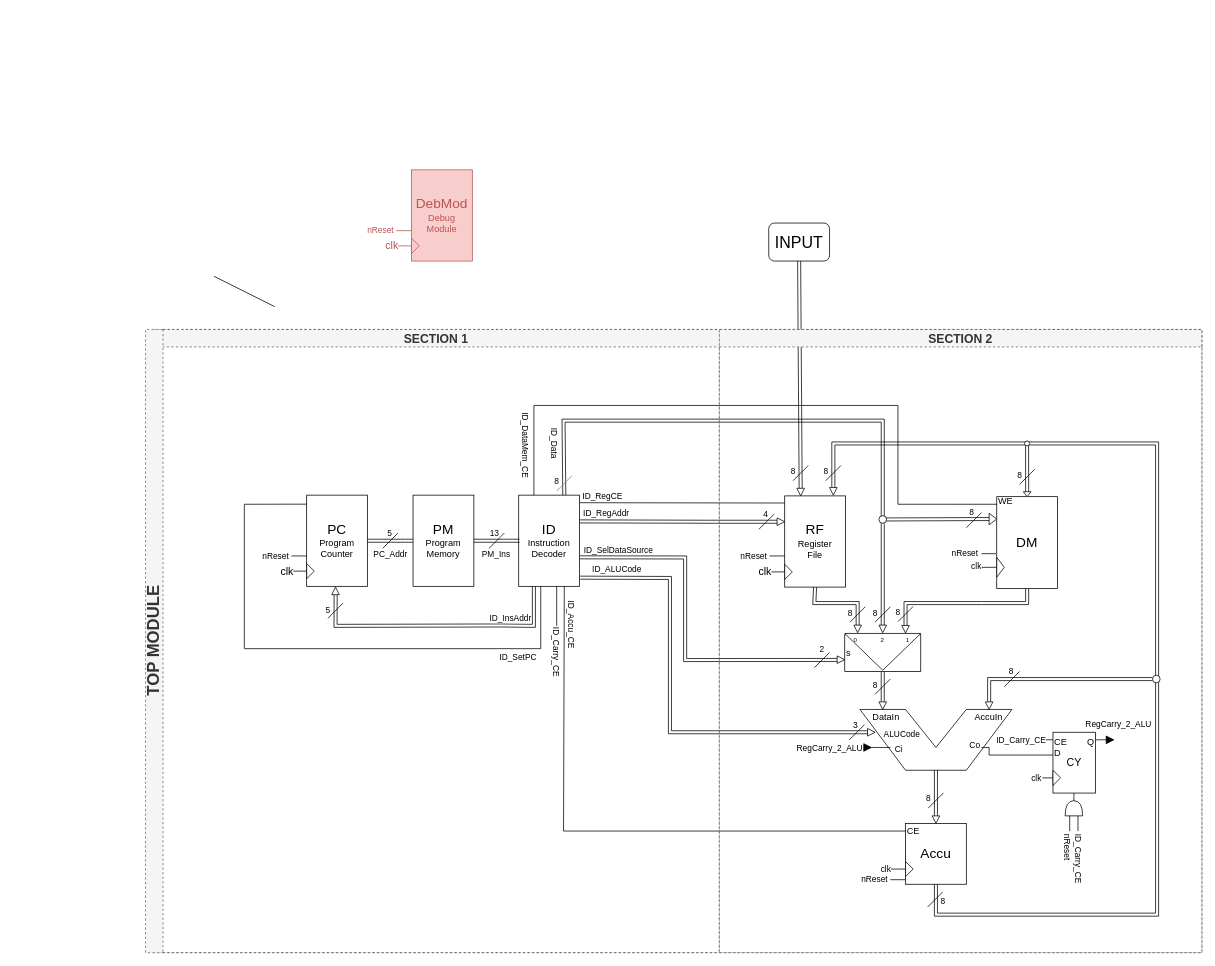
This is Diagram/uP_Diagram.drawio from DrakeGrigory/uProcessor, a draw.io file, before an edit. Source tidied: cells renumbered, new cells numbered last; positions are measured from the earlier drawing's top-left corner, leaving out a move shared by most shapes. Both pictures are drawn from the tidied source at 76%, with x=0, y=0 at pixel (145, 169).
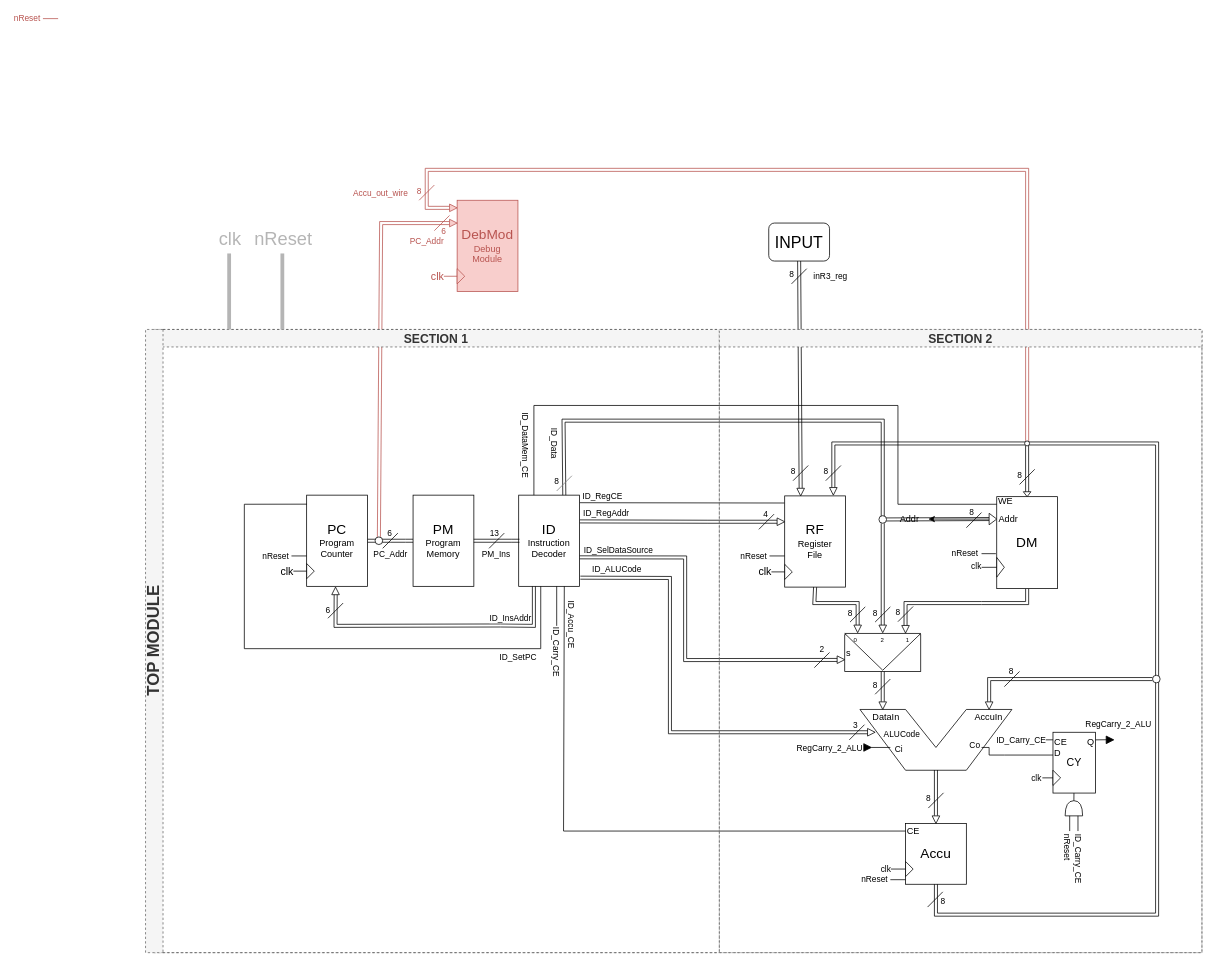
The same diagram, later.

Commit message (it also covers changes not shown here):
Added DebMod in TB, TB input for R3, updated instructions and diagram.

The change refers to these unchanged cells:
```xml
<mxCell id="4" style="endArrow=none;html=1;rounded=0;" parent="3" edge="1">
  <mxGeometry relative="1" as="geometry">
    <mxPoint y="20" as="sourcePoint" />
    <mxPoint x="20" as="targetPoint" />
  </mxGeometry>
</mxCell>
<mxCell id="153" style="endArrow=none;html=1;rounded=0;" parent="152" edge="1">
  <mxGeometry relative="1" as="geometry">
    <mxPoint y="20" as="sourcePoint" />
    <mxPoint x="20" as="targetPoint" />
  </mxGeometry>
</mxCell>
<mxCell id="164" style="shape=link;html=1;rounded=0;entryX=0.5;entryY=1;entryDx=0;entryDy=0;" parent="1" edge="1" target="163">
  <mxGeometry relative="1" as="geometry">
    <mxPoint x="862" y="419" as="sourcePoint" />
  </mxGeometry>
</mxCell>
<mxCell id="170" value="&lt;font style=&quot;font-size: 22px;&quot;&gt;TOP MODULE&lt;/font&gt;" style="swimlane;horizontal=0;whiteSpace=wrap;html=1;fillColor=#f5f5f5;fontColor=#333333;strokeColor=#666666;dashed=1;" parent="1" vertex="1">
  <mxGeometry y="210" width="1390" height="820" as="geometry" />
</mxCell>
```

Diff of the diagram source:
```diff
@@
+    <mxCell id="179" style="shape=link;html=1;rounded=0;fillColor=#f8cecc;strokeColor=#B85450;" parent="1" edge="1" source="184">
+      <mxGeometry relative="1" as="geometry">
+        <mxPoint x="400" y="70" as="targetPoint" />
+        <Array as="points">
+          <mxPoint x="310" y="70" />
+        </Array>
+      </mxGeometry>
+    </mxCell>
+    <mxCell id="180" value="&lt;font color=&quot;#b85450&quot;&gt;PC_Addr&lt;/font&gt;" style="edgeLabel;html=1;align=center;verticalAlign=middle;" parent="179" vertex="1">
+      <mxGeometry x="0.52" y="-2" relative="1" as="geometry">
+        <mxPoint x="58" y="-8" as="offset" />
+      </mxGeometry>
+    </mxCell>
@@
-    <mxCell id="5" value="5" style="edgeLabel;html=1;align=center;verticalAlign=middle;rotation=0;" parent="4" vertex="1">
+    <mxCell id="5" value="6" style="edgeLabel;html=1;align=center;verticalAlign=middle;rotation=0;" parent="4" vertex="1">
       <mxGeometry x="0.7" relative="1" as="geometry">
         <mxPoint x="-8" y="-4" as="offset" />
       </mxGeometry>
     </mxCell>
@@
-    <mxCell id="95" style="group;" parent="1" vertex="1">
-      <mxGeometry x="1100" y="430" width="100" height="121" as="geometry" />
-    </mxCell>
-    <mxCell id="96" value="&lt;font style=&quot;font-size: 18px;&quot;&gt;DM&lt;/font&gt;" style="rounded=0;whiteSpace=wrap;html=1;rotation=0;" parent="95" vertex="1">
-      <mxGeometry x="20" width="80" height="121" as="geometry" />
-    </mxCell>
-    <mxCell id="97" style="triangle;whiteSpace=wrap;html=1;" parent="95" vertex="1">
-      <mxGeometry x="20" y="80" width="10" height="25.9" as="geometry" />
-    </mxCell>
-    <mxCell id="98" style="endArrow=none;html=1;rounded=0;entryX=0;entryY=0.5;entryDx=0;entryDy=0;" parent="95" edge="1" target="97">
-      <mxGeometry relative="1" as="geometry">
-        <mxPoint y="93" as="sourcePoint" />
-      </mxGeometry>
-    </mxCell>
-    <mxCell id="99" value="&lt;font style=&quot;font-size: 11px;&quot;&gt;clk&lt;/font&gt;" style="edgeLabel;html=1;align=center;verticalAlign=middle;" parent="98" vertex="1">
-      <mxGeometry x="-0.19" y="1" relative="1" as="geometry">
-        <mxPoint x="-15" as="offset" />
-      </mxGeometry>
-    </mxCell>
-    <mxCell id="100" style="triangle;whiteSpace=wrap;html=1;direction=east;strokeColor=#000000;" parent="95" vertex="1">
-      <mxGeometry x="10" y="21.9" width="10" height="15.1" as="geometry" />
-    </mxCell>
-    <mxCell id="101" value="WE" style="text;html=1;align=left;verticalAlign=middle;points=[];strokeColor=none;fillColor=none;" parent="95" vertex="1">
-      <mxGeometry x="20" y="-9.1" width="40" height="30" as="geometry" />
-    </mxCell>
-    <mxCell id="102" style="endArrow=none;html=1;rounded=0;strokeColor=#000000;" parent="95" edge="1">
-      <mxGeometry relative="1" as="geometry">
-        <mxPoint x="-20" y="40.9" as="sourcePoint" />
-        <mxPoint y="20.9" as="targetPoint" />
-      </mxGeometry>
-    </mxCell>
-    <mxCell id="103" value="8" style="edgeLabel;html=1;align=center;verticalAlign=middle;rotation=0;" parent="102" vertex="1">
-      <mxGeometry x="0.7" relative="1" as="geometry">
-        <mxPoint x="-10" y="-4" as="offset" />
-      </mxGeometry>
-    </mxCell>
-    <mxCell id="104" style="endArrow=none;html=1;rounded=0;entryX=-0.014;entryY=0.62;entryDx=0;entryDy=0;entryPerimeter=0;" parent="1" edge="1" target="96">
-      <mxGeometry relative="1" as="geometry">
-        <mxPoint x="1100" y="505" as="sourcePoint" />
-      </mxGeometry>
-    </mxCell>
-    <mxCell id="105" value="nReset" style="edgeLabel;html=1;align=center;verticalAlign=middle;" parent="104" vertex="1">
-      <mxGeometry x="-0.21" y="1" relative="1" as="geometry">
-        <mxPoint x="-30" as="offset" />
-      </mxGeometry>
-    </mxCell>
@@
-    <mxCell id="154" value="5" style="edgeLabel;html=1;align=center;verticalAlign=middle;rotation=0;" parent="153" vertex="1">
+    <mxCell id="154" value="6" style="edgeLabel;html=1;align=center;verticalAlign=middle;rotation=0;" parent="153" vertex="1">
       <mxGeometry x="0.7" relative="1" as="geometry">
         <mxPoint x="-17" y="5" as="offset" />
       </mxGeometry>
     </mxCell>
@@
+    <mxCell id="181" value="inR3_reg" style="edgeLabel;html=1;align=center;verticalAlign=middle;" parent="164" vertex="1">
+      <mxGeometry x="0.67" y="-2" relative="1" as="geometry">
+        <mxPoint x="38" y="-29" as="offset" />
+      </mxGeometry>
+    </mxCell>
@@
-    <mxCell id="168" value="&lt;span style=&quot;font-size: 16px;&quot;&gt;SECTION 2&lt;/span&gt;" style="swimlane;whiteSpace=wrap;html=1;fillColor=#f5f5f5;fontColor=#333333;strokeColor=#666666;dashed=1;" parent="1" vertex="1">
-      <mxGeometry x="755" y="210" width="635" height="820" as="geometry" />
-    </mxCell>
@@
+    <mxCell id="182" style="shape=link;html=1;rounded=0;fillColor=#f8cecc;strokeColor=#b85450;entryX=0;entryY=0.5;entryDx=0;entryDy=0;" parent="170" edge="1" target="185">
+      <mxGeometry relative="1" as="geometry">
+        <mxPoint x="1160" y="146.7" as="sourcePoint" />
+        <Array as="points">
+          <mxPoint x="1160" y="-210" />
+          <mxPoint x="370" y="-210" />
+          <mxPoint x="370" y="-160" />
+        </Array>
+      </mxGeometry>
+    </mxCell>
+    <mxCell id="183" value="&lt;font color=&quot;#b85450&quot;&gt;Accu_out_wire&lt;/font&gt;" style="edgeLabel;html=1;align=center;verticalAlign=middle;" parent="182" vertex="1">
+      <mxGeometry x="0.96" relative="1" as="geometry">
+        <mxPoint x="-67" y="-20" as="offset" />
+      </mxGeometry>
+    </mxCell>
+    <mxCell id="184" style="ellipse;whiteSpace=wrap;html=1;" parent="170" vertex="1">
+      <mxGeometry x="302" y="273" width="10" height="10" as="geometry" />
+    </mxCell>
+    <mxCell id="185" style="triangle;whiteSpace=wrap;html=1;direction=east;fillColor=#f8cecc;strokeColor=#b85450;" parent="170" vertex="1">
+      <mxGeometry x="400" y="-165" width="10" height="10" as="geometry" />
+    </mxCell>
     <mxCell id="171" style="group;" parent="1" vertex="1">
-      <mxGeometry x="330" width="100" height="120" as="geometry" />
+      <mxGeometry x="390" y="40" width="100" height="120" as="geometry" />
     </mxCell>
@@
     <mxCell id="176" style="endArrow=none;html=1;rounded=0;fillColor=#f8cecc;strokeColor=#b85450;" parent="171" edge="1">
       <mxGeometry relative="1" as="geometry">
-        <mxPoint y="80" as="sourcePoint" />
-        <mxPoint x="20" y="80" as="targetPoint" />
+        <mxPoint x="-525" y="-239" as="sourcePoint" />
+        <mxPoint x="-505" y="-239" as="targetPoint" />
       </mxGeometry>
     </mxCell>
@@
-    <mxCell id="178" style="endArrow=none;html=1;rounded=0;" parent="1" edge="1">
-      <mxGeometry relative="1" as="geometry">
-        <mxPoint x="90" y="140" as="sourcePoint" />
-        <mxPoint x="170" y="180" as="targetPoint" />
-      </mxGeometry>
-    </mxCell>
+    <mxCell id="186" style="endArrow=none;html=1;rounded=0;fillColor=#f8cecc;strokeColor=#B85450;" parent="171" edge="1">
+      <mxGeometry relative="1" as="geometry">
+        <mxPoint x="-10" y="40" as="sourcePoint" />
+        <mxPoint x="10" y="20" as="targetPoint" />
+      </mxGeometry>
+    </mxCell>
+    <mxCell id="187" value="&lt;font color=&quot;#b85450&quot;&gt;6&lt;/font&gt;" style="edgeLabel;html=1;align=center;verticalAlign=middle;rotation=0;" parent="186" vertex="1">
+      <mxGeometry x="0.7" relative="1" as="geometry">
+        <mxPoint x="-5" y="17" as="offset" />
+      </mxGeometry>
+    </mxCell>
+    <mxCell id="188" style="triangle;whiteSpace=wrap;html=1;direction=east;fillColor=#f8cecc;strokeColor=#b85450;" parent="171" vertex="1">
+      <mxGeometry x="10" y="25" width="10" height="10" as="geometry" />
+    </mxCell>
+    <mxCell id="189" style="endArrow=none;html=1;rounded=0;strokeColor=#B5B5B5;strokeWidth=5;" parent="1" edge="1">
+      <mxGeometry relative="1" as="geometry">
+        <mxPoint x="110" y="110" as="sourcePoint" />
+        <mxPoint x="110" y="210" as="targetPoint" />
+      </mxGeometry>
+    </mxCell>
+    <mxCell id="190" value="&lt;font color=&quot;#b5b5b5&quot; style=&quot;font-size: 24px;&quot;&gt;clk&lt;/font&gt;" style="edgeLabel;html=1;align=center;verticalAlign=middle;" parent="189" vertex="1">
+      <mxGeometry x="-0.71" y="2" relative="1" as="geometry">
+        <mxPoint x="-2" y="-34" as="offset" />
+      </mxGeometry>
+    </mxCell>
+    <mxCell id="191" style="endArrow=none;html=1;rounded=0;strokeColor=#B5B5B5;strokeWidth=5;" parent="1" edge="1">
+      <mxGeometry relative="1" as="geometry">
+        <mxPoint x="180" y="110" as="sourcePoint" />
+        <mxPoint x="180" y="210" as="targetPoint" />
+      </mxGeometry>
+    </mxCell>
+    <mxCell id="192" value="&lt;font color=&quot;#b5b5b5&quot; style=&quot;font-size: 24px;&quot;&gt;nReset&lt;/font&gt;" style="edgeLabel;html=1;align=center;verticalAlign=middle;" parent="191" vertex="1">
+      <mxGeometry x="-0.71" y="2" relative="1" as="geometry">
+        <mxPoint x="-2" y="-34" as="offset" />
+      </mxGeometry>
+    </mxCell>
+    <mxCell id="193" style="endArrow=none;html=1;rounded=0;" parent="1" edge="1">
+      <mxGeometry relative="1" as="geometry">
+        <mxPoint x="850" y="150" as="sourcePoint" />
+        <mxPoint x="870" y="130" as="targetPoint" />
+      </mxGeometry>
+    </mxCell>
+    <mxCell id="194" value="8" style="edgeLabel;html=1;align=center;verticalAlign=middle;rotation=0;" parent="193" vertex="1">
+      <mxGeometry x="0.7" relative="1" as="geometry">
+        <mxPoint x="-17" y="4" as="offset" />
+      </mxGeometry>
+    </mxCell>
+    <mxCell id="195" style="endArrow=none;html=1;rounded=0;fillColor=#f8cecc;strokeColor=#B85450;" parent="1" edge="1">
+      <mxGeometry relative="1" as="geometry">
+        <mxPoint x="360" y="40" as="sourcePoint" />
+        <mxPoint x="380" y="20" as="targetPoint" />
+      </mxGeometry>
+    </mxCell>
+    <mxCell id="196" value="&lt;font color=&quot;#b85450&quot;&gt;8&lt;/font&gt;" style="edgeLabel;html=1;align=center;verticalAlign=middle;rotation=0;" parent="195" vertex="1">
+      <mxGeometry x="0.7" relative="1" as="geometry">
+        <mxPoint x="-17" y="4" as="offset" />
+      </mxGeometry>
+    </mxCell>
+    <mxCell id="100" style="triangle;whiteSpace=wrap;html=1;direction=east;strokeColor=#000000;" parent="1" vertex="1">
+      <mxGeometry x="1110" y="451.9" width="10" height="15.1" as="geometry" />
+    </mxCell>
+    <mxCell id="102" style="endArrow=none;html=1;rounded=0;strokeColor=#000000;" parent="1" edge="1">
+      <mxGeometry relative="1" as="geometry">
+        <mxPoint x="1080" y="470.9" as="sourcePoint" />
+        <mxPoint x="1100" y="450.9" as="targetPoint" />
+      </mxGeometry>
+    </mxCell>
+    <mxCell id="103" value="8" style="edgeLabel;html=1;align=center;verticalAlign=middle;rotation=0;" parent="102" vertex="1">
+      <mxGeometry x="0.7" relative="1" as="geometry">
+        <mxPoint x="-10" y="-4" as="offset" />
+      </mxGeometry>
+    </mxCell>
+    <mxCell id="197" style="edgeStyle=orthogonalEdgeStyle;rounded=0;jettySize=auto;html=1;" parent="1" edge="1" source="200" target="198">
+      <mxGeometry relative="1" as="geometry" />
+    </mxCell>
+    <mxCell id="198" value="Addr" style="text;html=1;align=center;verticalAlign=middle;points=[];strokeColor=none;fillColor=none;" parent="1" vertex="1">
+      <mxGeometry x="980" y="444.5" width="50" height="30" as="geometry" />
+    </mxCell>
+    <mxCell id="199" style="group;" parent="1" vertex="1">
+      <mxGeometry x="1100" y="420.9" width="100" height="130.1" as="geometry" />
+    </mxCell>
+    <mxCell id="104" style="endArrow=none;html=1;rounded=0;entryX=-0.014;entryY=0.62;entryDx=0;entryDy=0;entryPerimeter=0;" parent="199" edge="1" target="96">
+      <mxGeometry relative="1" as="geometry">
+        <mxPoint y="84.1" as="sourcePoint" />
+      </mxGeometry>
+    </mxCell>
+    <mxCell id="105" value="nReset" style="edgeLabel;html=1;align=center;verticalAlign=middle;" parent="104" vertex="1">
+      <mxGeometry x="-0.21" y="1" relative="1" as="geometry">
+        <mxPoint x="-30" as="offset" />
+      </mxGeometry>
+    </mxCell>
+    <mxCell id="96" value="&lt;font style=&quot;font-size: 18px;&quot;&gt;DM&lt;/font&gt;" style="rounded=0;whiteSpace=wrap;html=1;rotation=0;" parent="199" vertex="1">
+      <mxGeometry x="20" y="9.1" width="80" height="121" as="geometry" />
+    </mxCell>
+    <mxCell id="97" style="triangle;whiteSpace=wrap;html=1;" parent="199" vertex="1">
+      <mxGeometry x="20" y="89.1" width="10" height="25.9" as="geometry" />
+    </mxCell>
+    <mxCell id="98" style="endArrow=none;html=1;rounded=0;entryX=0;entryY=0.5;entryDx=0;entryDy=0;" parent="199" edge="1" target="97">
+      <mxGeometry relative="1" as="geometry">
+        <mxPoint y="102.1" as="sourcePoint" />
+      </mxGeometry>
+    </mxCell>
+    <mxCell id="99" value="&lt;font style=&quot;font-size: 11px;&quot;&gt;clk&lt;/font&gt;" style="edgeLabel;html=1;align=center;verticalAlign=middle;" parent="98" vertex="1">
+      <mxGeometry x="-0.19" y="1" relative="1" as="geometry">
+        <mxPoint x="-15" as="offset" />
+      </mxGeometry>
+    </mxCell>
+    <mxCell id="101" value="WE" style="text;html=1;align=left;verticalAlign=middle;points=[];strokeColor=none;fillColor=none;" parent="199" vertex="1">
+      <mxGeometry x="20" width="40" height="30" as="geometry" />
+    </mxCell>
+    <mxCell id="200" value="Addr" style="text;html=1;align=center;verticalAlign=middle;points=[];strokeColor=none;fillColor=none;" parent="199" vertex="1">
+      <mxGeometry x="10" y="23.6" width="50" height="30" as="geometry" />
+    </mxCell>
+    <mxCell id="168" value="&lt;span style=&quot;font-size: 16px;&quot;&gt;SECTION 2&lt;/span&gt;" style="swimlane;whiteSpace=wrap;html=1;fillColor=#f5f5f5;fontColor=#333333;strokeColor=#666666;dashed=1;" parent="1" vertex="1">
+      <mxGeometry x="755" y="210" width="635" height="820" as="geometry" />
+    </mxCell>
```
